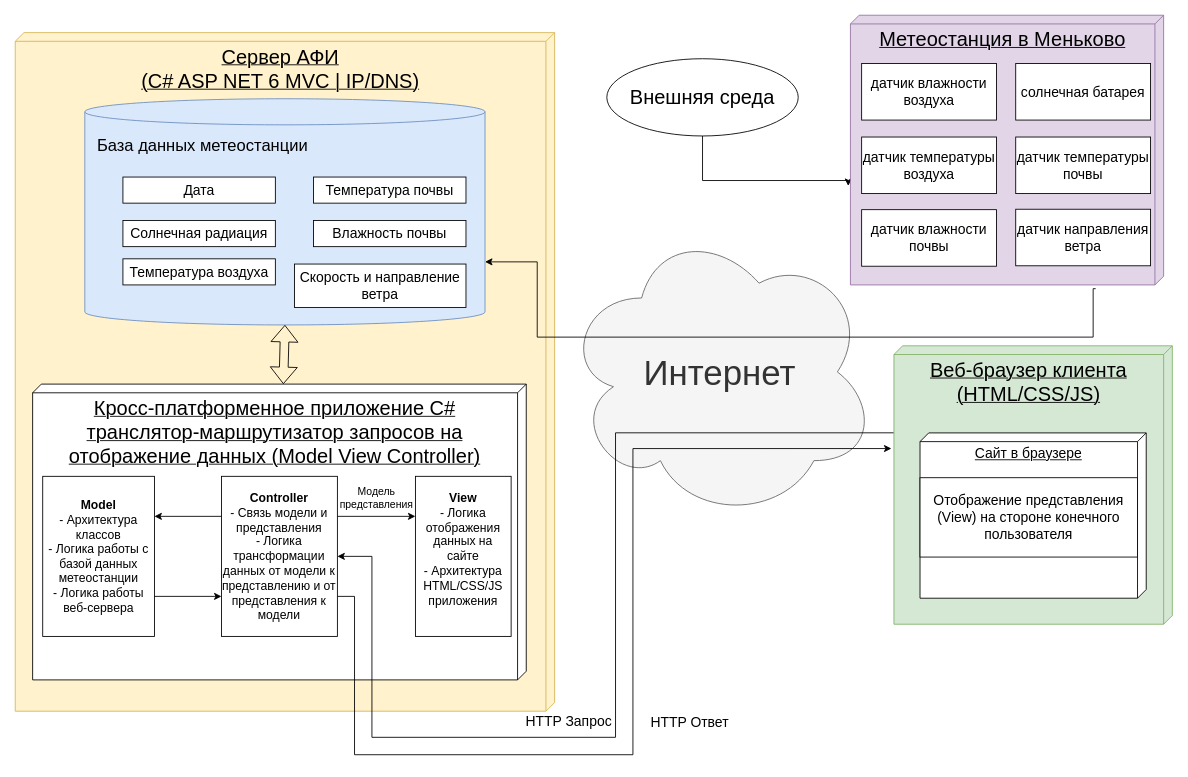
The draw.io diagram doc/Диаграммы/ari-meteostation-deployDiagram.drawio in kradunches/ari-metiostation, before the edit. Source tidied: cells renumbered, new cells numbered last; positions are measured from the earlier drawing's top-left corner, leaving out a move shared by most shapes. Both pictures are drawn from the tidied source at 87%, with x=0, y=0 at pixel (15, 15).
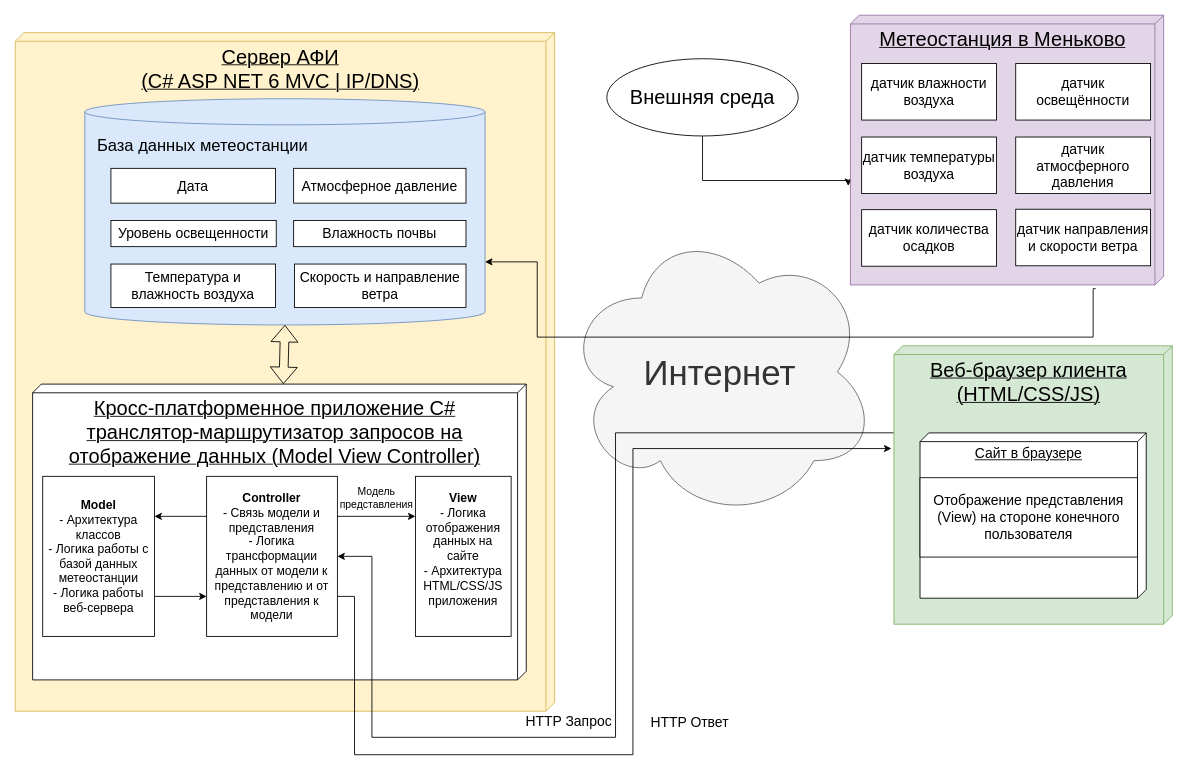
The same page after the edit.

Commit message (it also covers changes not shown here):
deploy diagramm changed

Unchanged cells that the change refers to:
```xml
<mxCell id="3" style="group;" parent="1" vertex="1">
  <mxGeometry x="80" y="96" width="460" height="260" as="geometry" />
</mxCell>
<mxCell id="12" style="group;" parent="1" vertex="1">
  <mxGeometry x="20" y="434" width="660" height="330" as="geometry" />
</mxCell>
<mxCell id="25" style="group;" parent="1" vertex="1">
  <mxGeometry x="960" width="360" height="310" as="geometry" />
</mxCell>
```

Diff of the diagram source:
```diff
@@
     <mxCell id="6" value="&lt;font style=&quot;font-size: 16px;&quot;&gt;Дата&lt;/font&gt;" style="rounded=0;whiteSpace=wrap;html=1;" parent="3" vertex="1">
-      <mxGeometry x="43.8" y="90" width="175.2" height="30" as="geometry" />
+      <mxGeometry x="30" y="80" width="189.1" height="40" as="geometry" />
     </mxCell>
-    <mxCell id="7" value="&lt;font style=&quot;font-size: 16px;&quot;&gt;Температура почвы&lt;/font&gt;" style="rounded=0;whiteSpace=wrap;html=1;" parent="3" vertex="1">
-      <mxGeometry x="262.9" y="90" width="175.2" height="30" as="geometry" />
+    <mxCell id="7" value="&lt;font style=&quot;font-size: 16px;&quot;&gt;Атмосферное давление&lt;/font&gt;" style="rounded=0;whiteSpace=wrap;html=1;" parent="3" vertex="1">
+      <mxGeometry x="240" y="80" width="198.1" height="40" as="geometry" />
     </mxCell>
-    <mxCell id="8" value="&lt;font style=&quot;font-size: 16px;&quot;&gt;Солнечная радиация&lt;/font&gt;" style="rounded=0;whiteSpace=wrap;html=1;" parent="3" vertex="1">
-      <mxGeometry x="43.8" y="140" width="175.2" height="30" as="geometry" />
+    <mxCell id="8" value="&lt;font style=&quot;font-size: 16px;&quot;&gt;Уровень освещенности&lt;/font&gt;" style="rounded=0;whiteSpace=wrap;html=1;" parent="3" vertex="1">
+      <mxGeometry x="30" y="140" width="190" height="30" as="geometry" />
     </mxCell>
     <mxCell id="9" value="&lt;font style=&quot;font-size: 16px;&quot;&gt;Влажность почвы&lt;/font&gt;" style="rounded=0;whiteSpace=wrap;html=1;" parent="3" vertex="1">
-      <mxGeometry x="262.9" y="140" width="175.2" height="30" as="geometry" />
+      <mxGeometry x="240" y="140" width="198.1" height="30" as="geometry" />
     </mxCell>
-    <mxCell id="10" value="&lt;font style=&quot;font-size: 16px;&quot;&gt;Температура воздуха&lt;/font&gt;" style="rounded=0;whiteSpace=wrap;html=1;" parent="3" vertex="1">
-      <mxGeometry x="43.8" y="184" width="175.2" height="30" as="geometry" />
+    <mxCell id="10" value="&lt;font style=&quot;font-size: 16px;&quot;&gt;Температура и влажность воздуха&lt;/font&gt;" style="rounded=0;whiteSpace=wrap;html=1;" parent="3" vertex="1">
+      <mxGeometry x="30" y="190" width="189.1" height="50" as="geometry" />
     </mxCell>
@@
     <mxCell id="15" value="&lt;font style=&quot;font-size: 14px;&quot;&gt;&lt;b&gt;Controller&lt;/b&gt;&lt;br&gt;- Связь модели и представления&lt;br&gt;- Логика трансформации данных от модели к представлению и от представления к модели&lt;/font&gt;" style="rounded=0;whiteSpace=wrap;html=1;" parent="12" vertex="1">
-      <mxGeometry x="217.1" y="96" width="133.2" height="184" as="geometry" />
+      <mxGeometry x="200" y="96" width="150.3" height="184" as="geometry" />
     </mxCell>
@@
-    <mxCell id="28" value="&lt;font style=&quot;font-size: 16px;&quot;&gt;датчик температуры почвы&lt;/font&gt;" style="whiteSpace=wrap;html=1;" parent="25" vertex="1">
+    <mxCell id="28" value="&lt;font style=&quot;font-size: 16px;&quot;&gt;датчик атмосферного давления&lt;/font&gt;" style="whiteSpace=wrap;html=1;" parent="25" vertex="1">
       <mxGeometry x="190" y="140" width="155" height="65" as="geometry" />
     </mxCell>
@@
-    <mxCell id="30" value="&lt;font style=&quot;font-size: 16px;&quot;&gt;солнечная батарея&lt;/font&gt;" style="whiteSpace=wrap;html=1;" parent="25" vertex="1">
+    <mxCell id="30" value="&lt;font style=&quot;font-size: 16px;&quot;&gt;датчик освещённости&lt;/font&gt;" style="whiteSpace=wrap;html=1;" parent="25" vertex="1">
       <mxGeometry x="190" y="55.5" width="155" height="65" as="geometry" />
     </mxCell>
-    <mxCell id="31" value="&lt;font style=&quot;font-size: 16px;&quot;&gt;датчик влажности почвы&lt;/font&gt;" style="whiteSpace=wrap;html=1;" parent="25" vertex="1">
+    <mxCell id="31" value="&lt;font style=&quot;font-size: 16px;&quot;&gt;датчик количества осадков&lt;/font&gt;" style="whiteSpace=wrap;html=1;" parent="25" vertex="1">
       <mxGeometry x="12.9" y="223.5" width="155" height="65" as="geometry" />
     </mxCell>
-    <mxCell id="32" value="&lt;font style=&quot;font-size: 16px;&quot;&gt;датчик направления ветра&lt;/font&gt;" style="whiteSpace=wrap;html=1;" parent="25" vertex="1">
+    <mxCell id="32" value="&lt;font style=&quot;font-size: 16px;&quot;&gt;датчик направления и скорости ветра&lt;/font&gt;" style="whiteSpace=wrap;html=1;" parent="25" vertex="1">
       <mxGeometry x="190" y="223" width="155" height="65" as="geometry" />
     </mxCell>
```
